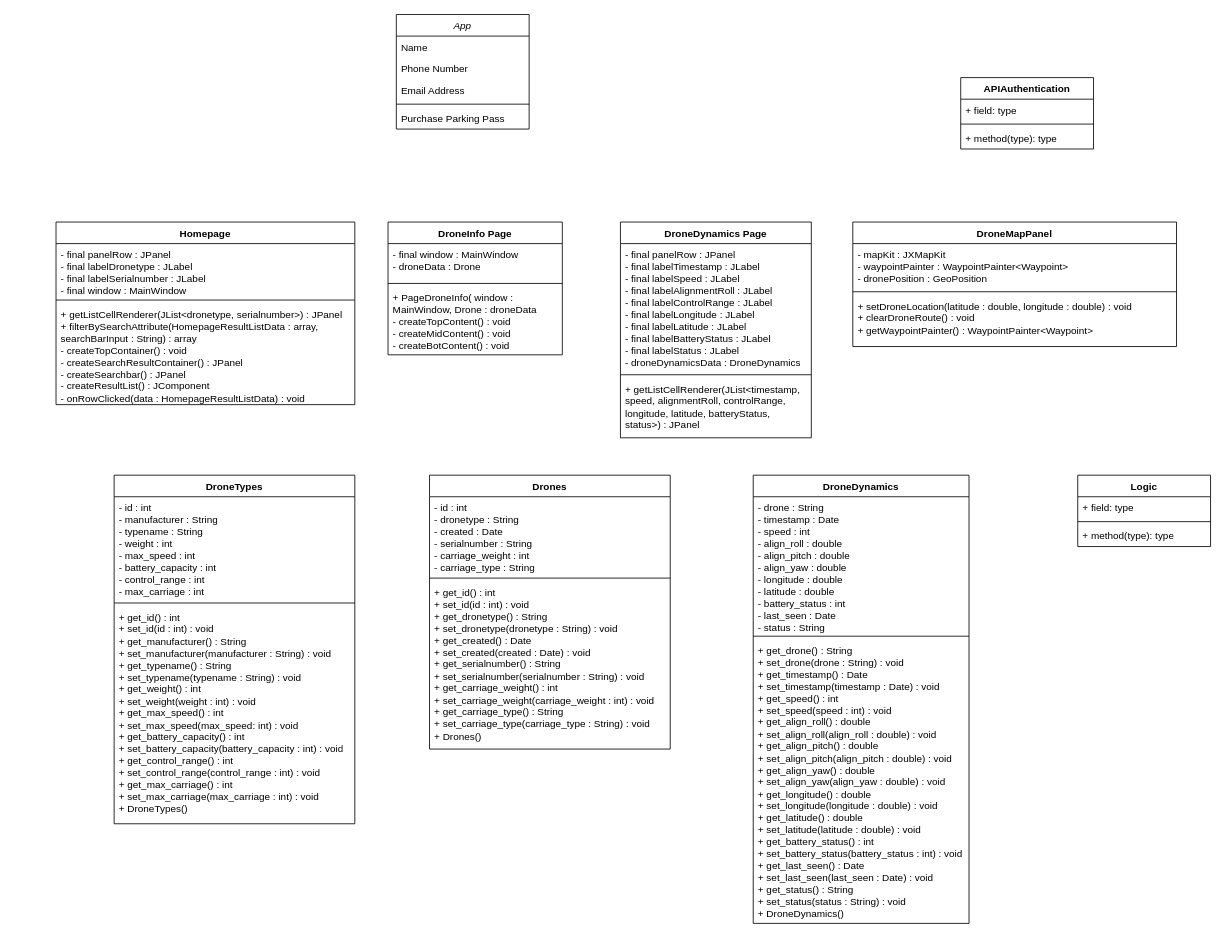
Earlier version of the draw.io diagram Unbenanntes Diagramm.drawio (TriesteCitizen/Drone-Simulator-Project). Source tidied: cells renumbered, new cells numbered last; positions are measured from the earlier drawing's top-left corner, leaving out a move shared by most shapes. Both pictures are drawn from the tidied source at 83%, with x=0, y=0 at pixel (56, 14).
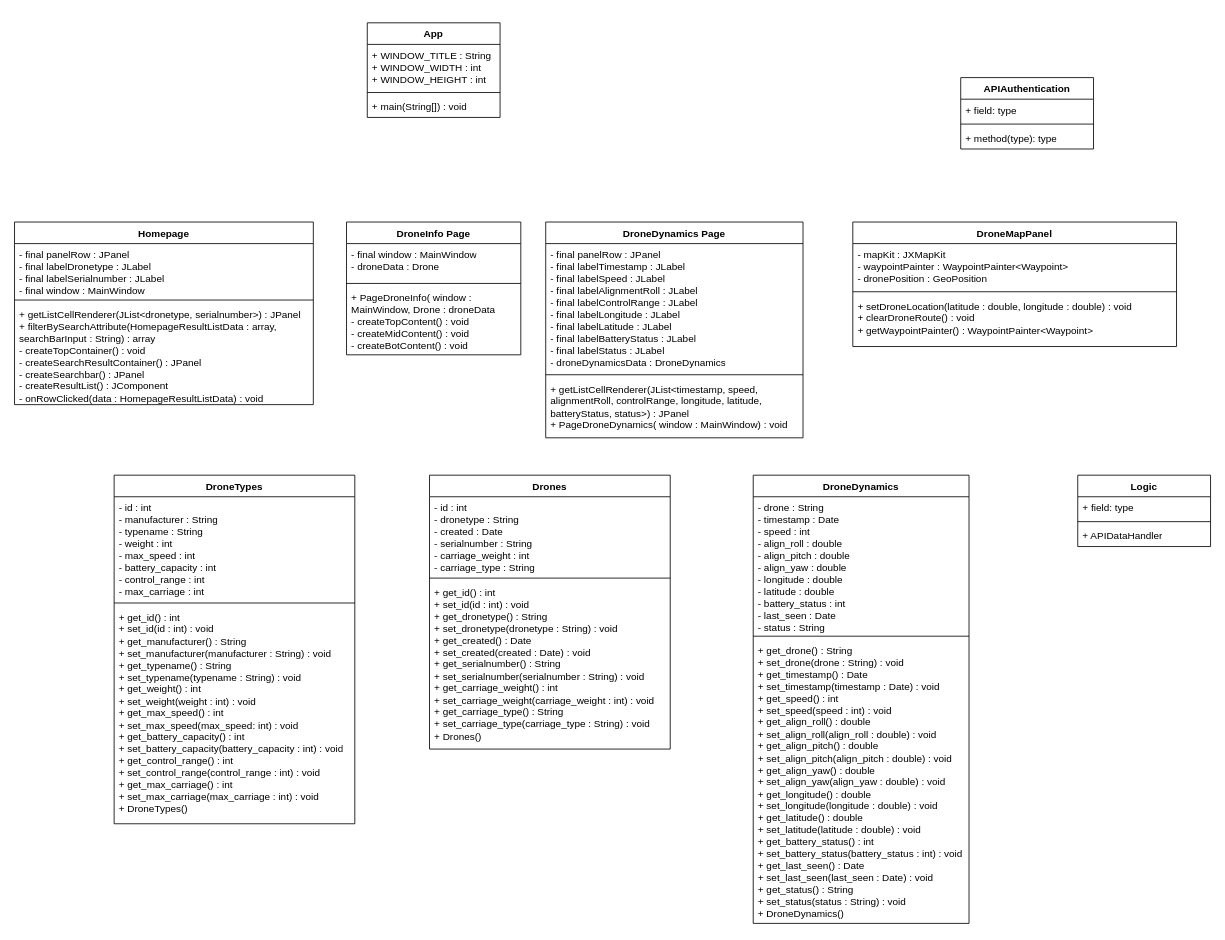
The same page after the edit.

Unchanged cells that the change refers to:
```xml
<mxCell id="24" value="Logic" style="swimlane;fontStyle=1;align=center;verticalAlign=top;horizontal=1;startSize=26;whiteSpace=wrap;html=1;" parent="1" vertex="1">
  <mxGeometry x="1231" y="555" width="160" height="86" as="geometry" />
</mxCell>
```

Diff of the diagram source:
```diff
@@
-    <mxCell id="2" value="App" style="swimlane;fontStyle=2;align=center;verticalAlign=top;horizontal=1;startSize=26;rounded=0;shadow=0;strokeWidth=1;" parent="1" vertex="1">
-      <mxGeometry x="410" width="160" height="138" as="geometry" />
-    </mxCell>
-    <mxCell id="3" value="Name" style="text;align=left;verticalAlign=top;spacingLeft=4;spacingRight=4;overflow=hidden;" parent="2" vertex="1">
-      <mxGeometry y="26" width="160" height="26" as="geometry" />
-    </mxCell>
-    <mxCell id="4" value="Phone Number" style="text;align=left;verticalAlign=top;spacingLeft=4;spacingRight=4;overflow=hidden;rounded=0;shadow=0;html=0;" parent="2" vertex="1">
-      <mxGeometry y="52" width="160" height="26" as="geometry" />
-    </mxCell>
-    <mxCell id="5" value="Email Address" style="text;align=left;verticalAlign=top;spacingLeft=4;spacingRight=4;overflow=hidden;rounded=0;shadow=0;html=0;" parent="2" vertex="1">
-      <mxGeometry y="78" width="160" height="26" as="geometry" />
-    </mxCell>
-    <mxCell id="6" style="line;html=1;strokeWidth=1;align=left;verticalAlign=middle;spacingTop=-1;spacingLeft=3;spacingRight=3;labelPosition=right;" parent="2" vertex="1">
-      <mxGeometry y="104" width="160" height="8" as="geometry" />
-    </mxCell>
-    <mxCell id="7" value="Purchase Parking Pass" style="text;align=left;verticalAlign=top;spacingLeft=4;spacingRight=4;overflow=hidden;" parent="2" vertex="1">
-      <mxGeometry y="112" width="160" height="26" as="geometry" />
-    </mxCell>
@@
-    <mxCell id="27" value="+ method(type): type" style="text;strokeColor=none;fillColor=none;align=left;verticalAlign=top;spacingLeft=4;spacingRight=4;overflow=hidden;whiteSpace=wrap;html=1;" parent="24" vertex="1">
+    <mxCell id="27" value="+ APIDataHandler" style="text;strokeColor=none;fillColor=none;align=left;verticalAlign=top;spacingLeft=4;spacingRight=4;overflow=hidden;whiteSpace=wrap;html=1;" parent="24" vertex="1">
       <mxGeometry y="60" width="160" height="26" as="geometry" />
     </mxCell>
@@
     <mxCell id="32" value="Homepage" style="swimlane;fontStyle=1;align=center;verticalAlign=top;horizontal=1;startSize=26;whiteSpace=wrap;html=1;" parent="1" vertex="1">
-      <mxGeometry y="250" width="360" height="220" as="geometry" />
+      <mxGeometry x="-50" y="250" width="360" height="220" as="geometry" />
     </mxCell>
@@
     <mxCell id="36" value="DroneInfo Page" style="swimlane;fontStyle=1;align=center;verticalAlign=top;horizontal=1;startSize=26;whiteSpace=wrap;html=1;" parent="1" vertex="1">
-      <mxGeometry x="400" y="250" width="210" height="160" as="geometry" />
+      <mxGeometry x="350" y="250" width="210" height="160" as="geometry" />
     </mxCell>
@@
     <mxCell id="40" value="DroneDynamics Page" style="swimlane;fontStyle=1;align=center;verticalAlign=top;horizontal=1;startSize=26;whiteSpace=wrap;html=1;" parent="1" vertex="1">
-      <mxGeometry x="680" y="250" width="230" height="260" as="geometry" />
+      <mxGeometry x="590" y="250" width="310" height="260" as="geometry" />
     </mxCell>
     <mxCell id="41" value="&lt;div&gt;- final panelRow : JPanel&lt;/div&gt;&lt;div&gt;- final labelTimestamp : JLabel&lt;/div&gt;&lt;div&gt;- final labelSpeed : JLabel&lt;/div&gt;&lt;div&gt;- final labelAlignmentRoll : JLabel&lt;/div&gt;&lt;div&gt;- final labelControlRange : JLabel&lt;/div&gt;&lt;div&gt;- final labelLongitude : JLabel&lt;/div&gt;&lt;div&gt;- final labelLatitude : JLabel&lt;/div&gt;&lt;div&gt;- final labelBatteryStatus : JLabel&lt;/div&gt;&lt;div&gt;- final labelStatus : JLabel&lt;br&gt;&lt;/div&gt;&lt;div&gt;- droneDynamicsData : DroneDynamics&lt;/div&gt;&lt;div&gt;&lt;br&gt;&lt;/div&gt;" style="text;strokeColor=none;fillColor=none;align=left;verticalAlign=top;spacingLeft=4;spacingRight=4;overflow=hidden;whiteSpace=wrap;html=1;" parent="40" vertex="1">
-      <mxGeometry y="26" width="230" height="154" as="geometry" />
+      <mxGeometry y="26" width="310" height="154" as="geometry" />
     </mxCell>
     <mxCell id="42" style="line;strokeWidth=1;fillColor=none;align=left;verticalAlign=middle;spacingTop=-1;spacingLeft=3;spacingRight=3;labelPosition=right;strokeColor=inherit;" parent="40" vertex="1">
-      <mxGeometry y="180" width="230" height="8" as="geometry" />
+      <mxGeometry y="180" width="310" height="8" as="geometry" />
     </mxCell>
-    <mxCell id="43" value="&lt;div&gt;+ getListCellRenderer(JList&amp;lt;timestamp, speed, alignmentRoll, controlRange, longitude, latitude, batteryStatus, status&amp;gt;) : JPanel&lt;br&gt;&lt;/div&gt;" style="text;strokeColor=none;fillColor=none;align=left;verticalAlign=top;spacingLeft=4;spacingRight=4;overflow=hidden;whiteSpace=wrap;html=1;" parent="40" vertex="1">
-      <mxGeometry y="188" width="230" height="72" as="geometry" />
+    <mxCell id="43" value="&lt;div&gt;+ getListCellRenderer(JList&amp;lt;timestamp, speed, alignmentRoll, controlRange, longitude, latitude, batteryStatus, status&amp;gt;) : JPanel&lt;/div&gt;&lt;div&gt;+ PageDroneDynamics( window : MainWindow) : void&lt;br&gt;&lt;/div&gt;" style="text;strokeColor=none;fillColor=none;align=left;verticalAlign=top;spacingLeft=4;spacingRight=4;overflow=hidden;whiteSpace=wrap;html=1;" parent="40" vertex="1">
+      <mxGeometry y="188" width="310" height="72" as="geometry" />
     </mxCell>
+    <mxCell id="2" value="App" style="swimlane;fontStyle=1;align=center;verticalAlign=top;horizontal=1;startSize=26;whiteSpace=wrap;html=1;" parent="1" vertex="1">
+      <mxGeometry x="375" y="10" width="160" height="114" as="geometry" />
+    </mxCell>
+    <mxCell id="44" value="&lt;div&gt;+ WINDOW_TITLE : String&lt;/div&gt;&lt;div&gt;+ WINDOW_WIDTH : int&lt;/div&gt;&lt;div&gt;+ WINDOW_HEIGHT : int&lt;br&gt;&lt;/div&gt;" style="text;strokeColor=none;fillColor=none;align=left;verticalAlign=top;spacingLeft=4;spacingRight=4;overflow=hidden;whiteSpace=wrap;html=1;" parent="2" vertex="1">
+      <mxGeometry y="26" width="160" height="54" as="geometry" />
+    </mxCell>
+    <mxCell id="45" style="line;strokeWidth=1;fillColor=none;align=left;verticalAlign=middle;spacingTop=-1;spacingLeft=3;spacingRight=3;labelPosition=right;strokeColor=inherit;" parent="2" vertex="1">
+      <mxGeometry y="80" width="160" height="8" as="geometry" />
+    </mxCell>
+    <mxCell id="46" value="+ main(String[]) : void" style="text;strokeColor=none;fillColor=none;align=left;verticalAlign=top;spacingLeft=4;spacingRight=4;overflow=hidden;whiteSpace=wrap;html=1;" parent="2" vertex="1">
+      <mxGeometry y="88" width="160" height="26" as="geometry" />
+    </mxCell>
```
